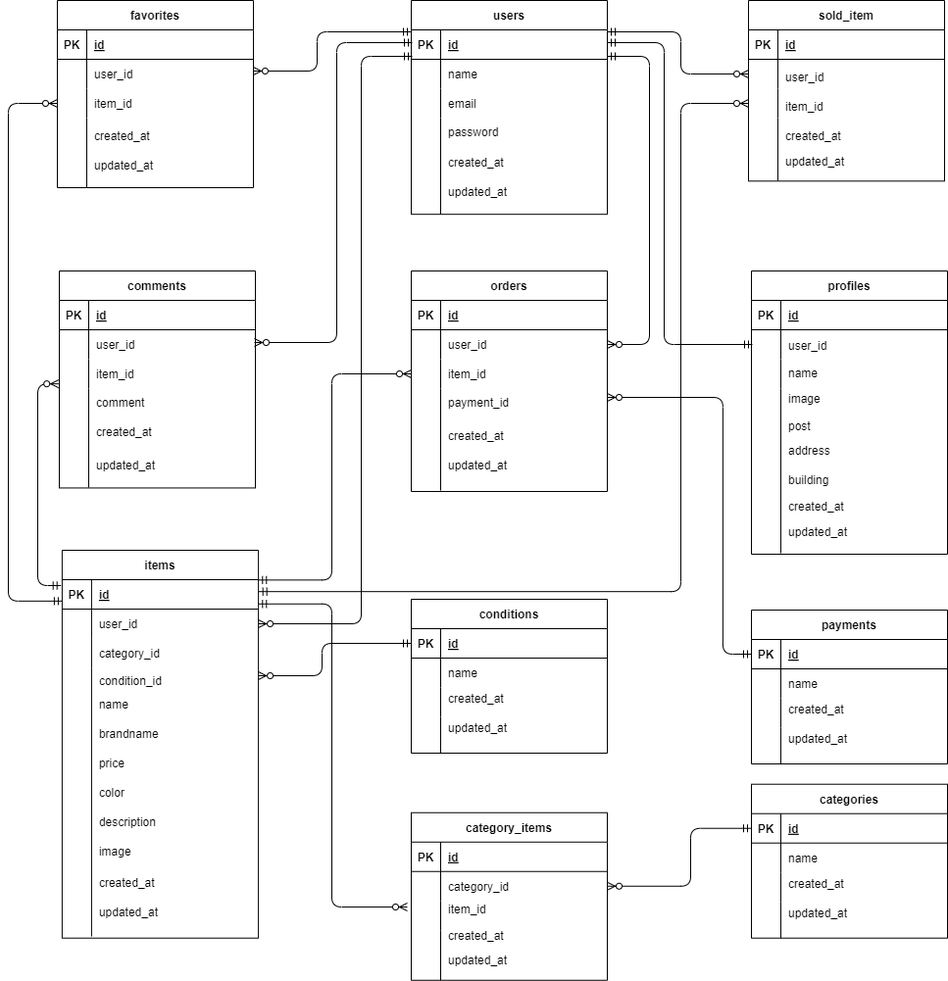
The draw.io diagram market.drawio.png in syakuyaku514/third-case, before a commit. Source tidied: cells renumbered, new cells last; positions are measured from the earlier drawing's top-left corner, leaving out a move shared by most shapes.
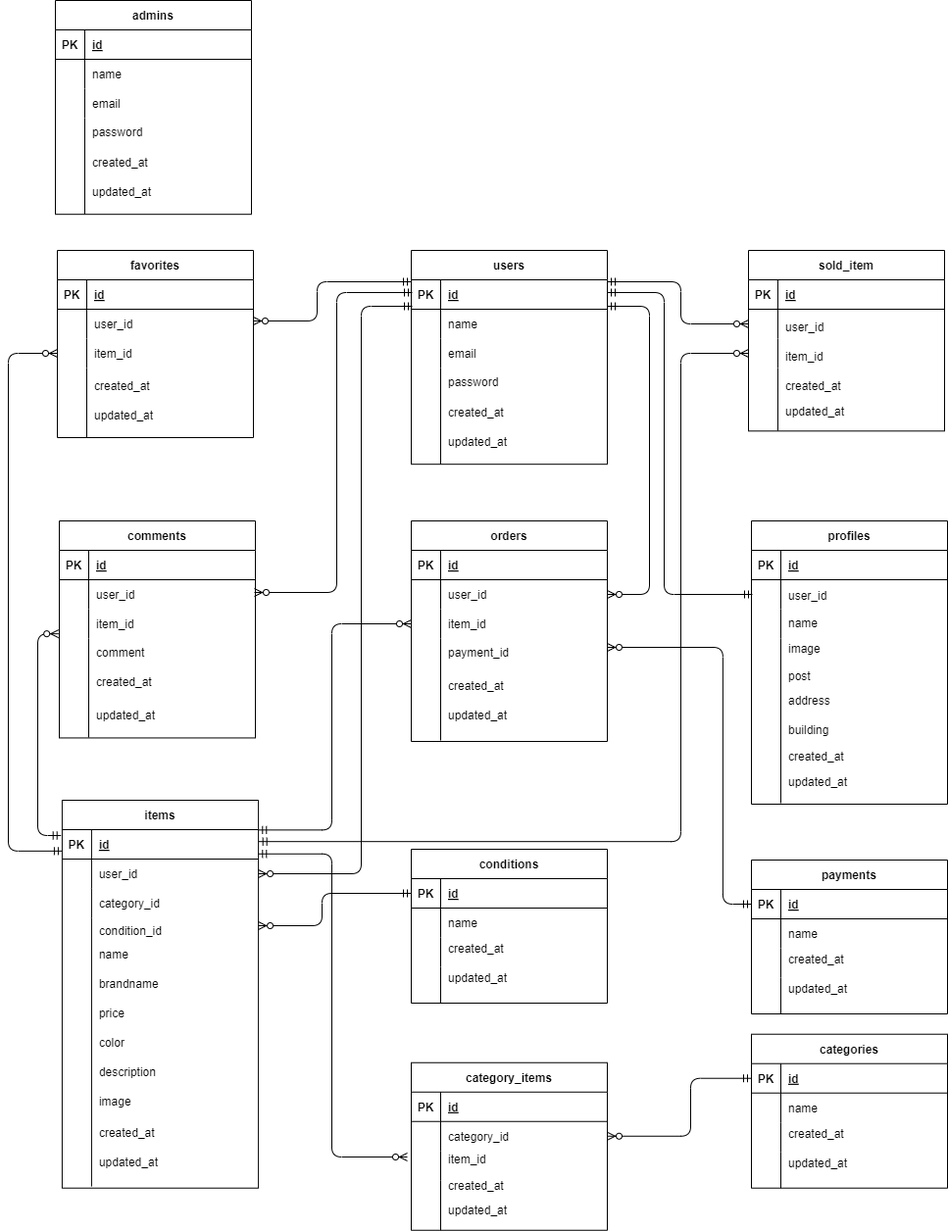
Later version of the same file.

What changed in the source:
```diff
@@ -694,5 +694,53 @@
     <mxCell id="199" value="comment" style="shape=partialRectangle;fillColor=none;top=0;left=0;bottom=0;right=0;align=left;spacingLeft=6;overflow=hidden;" parent="1" vertex="1">
       <mxGeometry x="82" y="395" width="170" height="30" as="geometry" />
     </mxCell>
+    <mxCell id="200" value="admins" style="shape=table;startSize=30;rowLines=0;fontStyle=1;align=center;" parent="1" vertex="1">
+      <mxGeometry x="48" y="-255" width="200" height="218.2" as="geometry" />
+    </mxCell>
+    <mxCell id="201" style="shape=tableRow;horizontal=0;startSize=0;swimlaneHead=0;swimlaneBody=0;fillColor=none;top=0;left=0;right=0;bottom=1;" parent="200" vertex="1">
+      <mxGeometry y="30" width="200" height="30" as="geometry" />
+    </mxCell>
+    <mxCell id="202" value="PK" style="shape=partialRectangle;fillColor=none;top=0;left=0;bottom=0;right=0;fontStyle=1;overflow=hidden;" parent="201" vertex="1">
+      <mxGeometry width="30" height="30" as="geometry" />
+    </mxCell>
+    <mxCell id="203" value="id" style="shape=partialRectangle;fillColor=none;top=0;left=0;bottom=0;right=0;align=left;spacingLeft=6;fontStyle=5;overflow=hidden;" parent="201" vertex="1">
+      <mxGeometry x="30" width="170" height="30" as="geometry" />
+    </mxCell>
+    <mxCell id="204" style="shape=tableRow;horizontal=0;startSize=0;swimlaneHead=0;swimlaneBody=0;fillColor=none;top=0;left=0;right=0;bottom=0;" parent="200" vertex="1">
+      <mxGeometry y="60" width="200" height="30" as="geometry" />
+    </mxCell>
+    <mxCell id="205" style="shape=partialRectangle;fillColor=none;top=0;left=0;bottom=0;right=0;overflow=hidden;" parent="204" vertex="1">
+      <mxGeometry width="30" height="30" as="geometry" />
+    </mxCell>
+    <mxCell id="206" value="name  " style="shape=partialRectangle;fillColor=none;top=0;left=0;bottom=0;right=0;align=left;spacingLeft=6;overflow=hidden;" parent="204" vertex="1">
+      <mxGeometry x="30" width="170" height="30" as="geometry" />
+    </mxCell>
+    <mxCell id="207" style="shape=tableRow;horizontal=0;startSize=0;swimlaneHead=0;swimlaneBody=0;fillColor=none;top=0;left=0;right=0;bottom=0;" parent="200" vertex="1">
+      <mxGeometry y="90" width="200" height="30" as="geometry" />
+    </mxCell>
+    <mxCell id="208" style="shape=partialRectangle;fillColor=none;top=0;left=0;bottom=0;right=0;overflow=hidden;" parent="207" vertex="1">
+      <mxGeometry width="30" height="30" as="geometry" />
+    </mxCell>
+    <mxCell id="209" value="email" style="shape=partialRectangle;fillColor=none;top=0;left=0;bottom=0;right=0;align=left;spacingLeft=6;overflow=hidden;" parent="207" vertex="1">
+      <mxGeometry x="30" width="170" height="30" as="geometry" />
+    </mxCell>
+    <mxCell id="210" style="shape=tableRow;horizontal=0;startSize=0;swimlaneHead=0;swimlaneBody=0;fillColor=none;top=0;left=0;right=0;bottom=0;" parent="200" vertex="1">
+      <mxGeometry y="120" width="200" height="98" as="geometry" />
+    </mxCell>
+    <mxCell id="211" style="shape=partialRectangle;fillColor=none;top=0;left=0;bottom=0;right=0;overflow=hidden;" parent="210" vertex="1">
+      <mxGeometry width="30" height="98" as="geometry" />
+    </mxCell>
+    <mxCell id="212" style="shape=partialRectangle;fillColor=none;top=0;left=0;bottom=0;right=0;align=left;spacingLeft=6;overflow=hidden;" parent="210" vertex="1">
+      <mxGeometry x="30" width="170" height="98" as="geometry" />
+    </mxCell>
+    <mxCell id="213" value="password" style="shape=partialRectangle;fillColor=none;top=0;left=0;bottom=0;right=0;align=left;spacingLeft=6;overflow=hidden;" parent="1" vertex="1">
+      <mxGeometry x="78" y="-136" width="150" height="30" as="geometry" />
+    </mxCell>
+    <mxCell id="214" value="created_at" style="shape=partialRectangle;fillColor=none;top=0;left=0;bottom=0;right=0;align=left;spacingLeft=6;overflow=hidden;" parent="1" vertex="1">
+      <mxGeometry x="78" y="-105" width="150" height="30" as="geometry" />
+    </mxCell>
+    <mxCell id="215" value="updated_at" style="shape=partialRectangle;fillColor=none;top=0;left=0;bottom=0;right=0;align=left;spacingLeft=6;overflow=hidden;" parent="1" vertex="1">
+      <mxGeometry x="78" y="-75" width="150" height="30" as="geometry" />
+    </mxCell>
   </root>
 </mxGraphModel>
```
